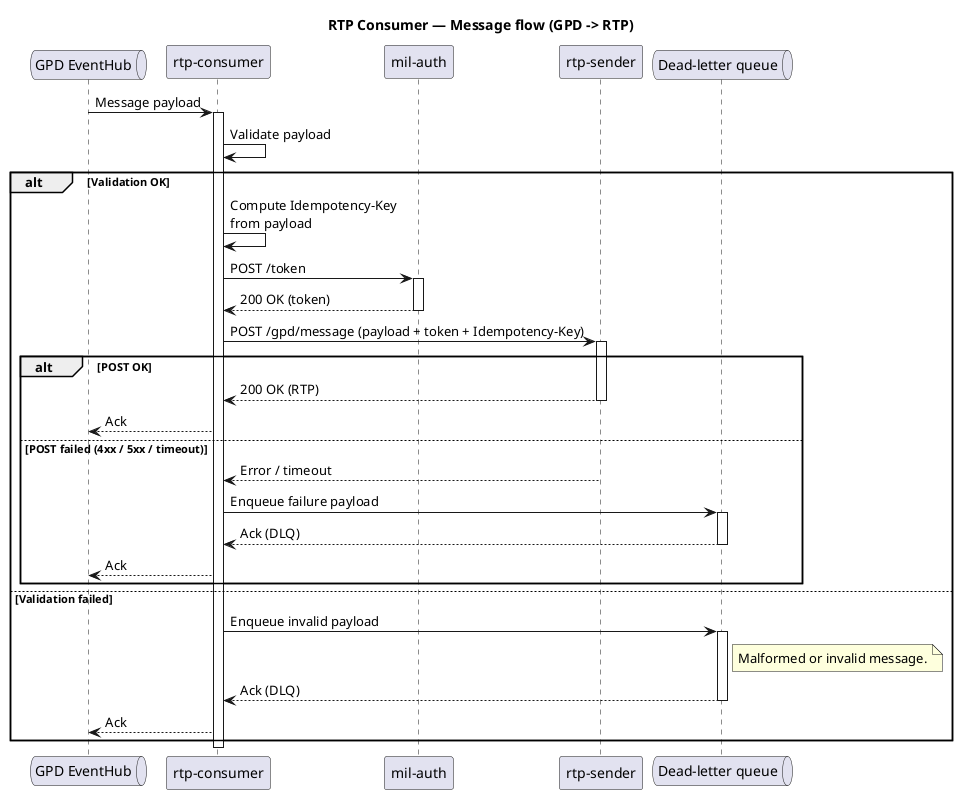
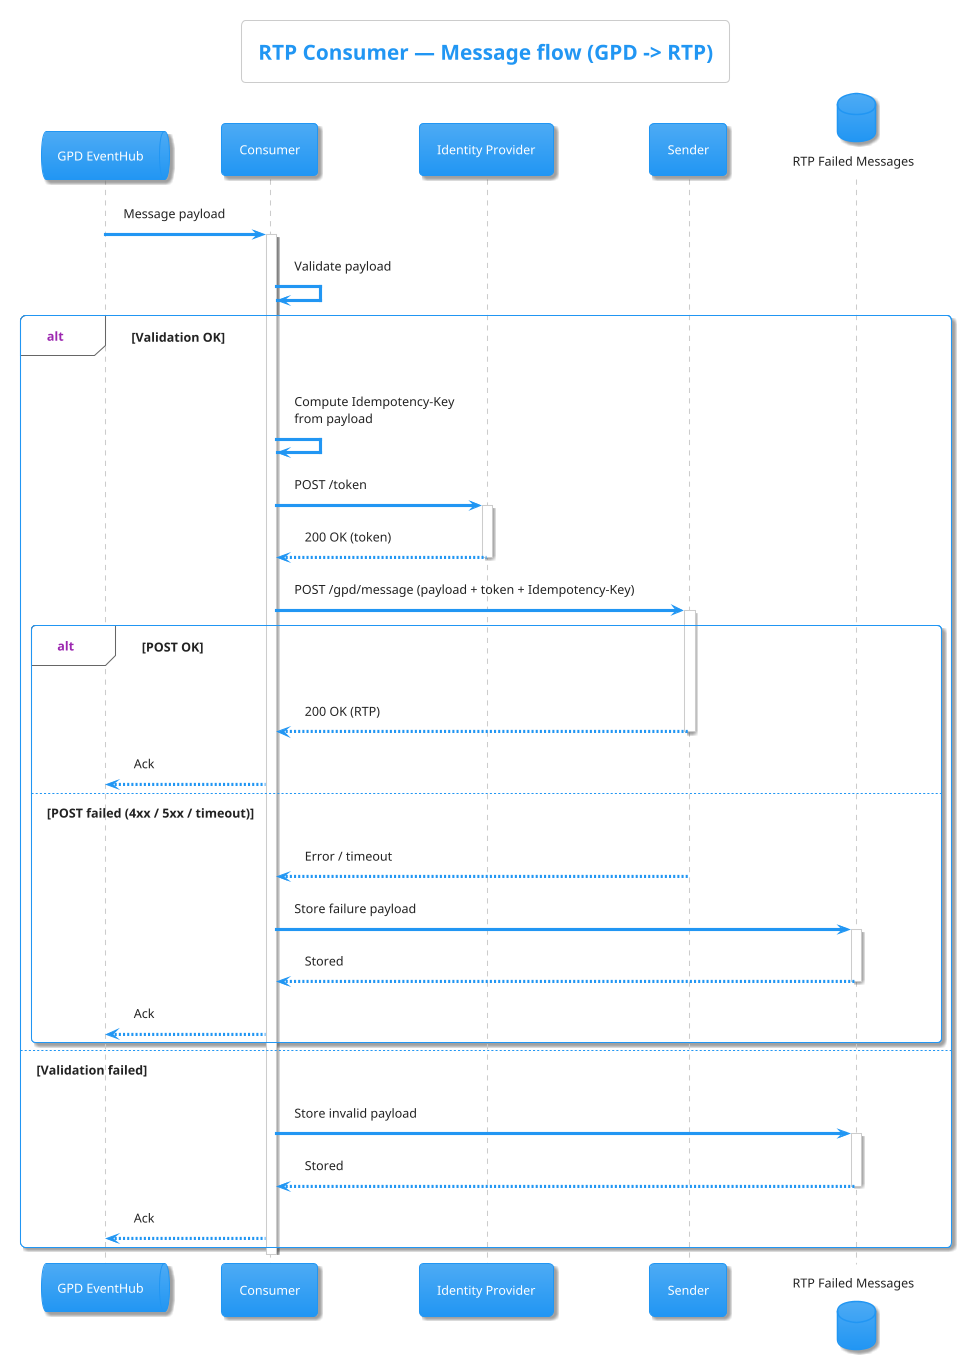
@startuml
+ !theme materia
+ 
title RTP Consumer — Message flow (GPD -> RTP)

queue "GPD EventHub" as EH
- participant "rtp-consumer" as C
- participant "mil-auth" as MA
- participant "rtp-sender" as S
- queue "Dead-letter queue" as DLQ
+ participant "Consumer" as C
+ participant "Identity Provider" as MA
+ participant "Sender" as S
+ database "RTP Failed Messages" as FM

EH -> C : Message payload
activate C

C -> C : Validate payload

alt Validation OK

  C -> C : Compute Idempotency-Key\nfrom payload

  C -> MA : POST /token
  activate MA
  MA --> C : 200 OK (token)
  deactivate MA

  C -> S : POST /gpd/message (payload + token + Idempotency-Key)
  activate S

  alt POST OK
    S --> C : 200 OK (RTP)
    deactivate S
    C --> EH : Ack

  else POST failed (4xx / 5xx / timeout)
    S --> C : Error / timeout
    deactivate S

-     C -> DLQ : Enqueue failure payload
-     activate DLQ
-     DLQ --> C : Ack (DLQ)
-     deactivate DLQ
+     C -> FM : Store failure payload
+     activate FM
+     FM --> C : Stored
+     deactivate FM

    C --> EH : Ack
  end

else Validation failed
-   C -> DLQ : Enqueue invalid payload
-   activate DLQ
-   note right of DLQ
-     Malformed or invalid message.
-   end note
-   DLQ --> C : Ack (DLQ)
-   deactivate DLQ
+   C -> FM : Store invalid payload
+   activate FM
+   FM --> C : Stored
+   deactivate FM

  C --> EH : Ack
end

deactivate C
@enduml